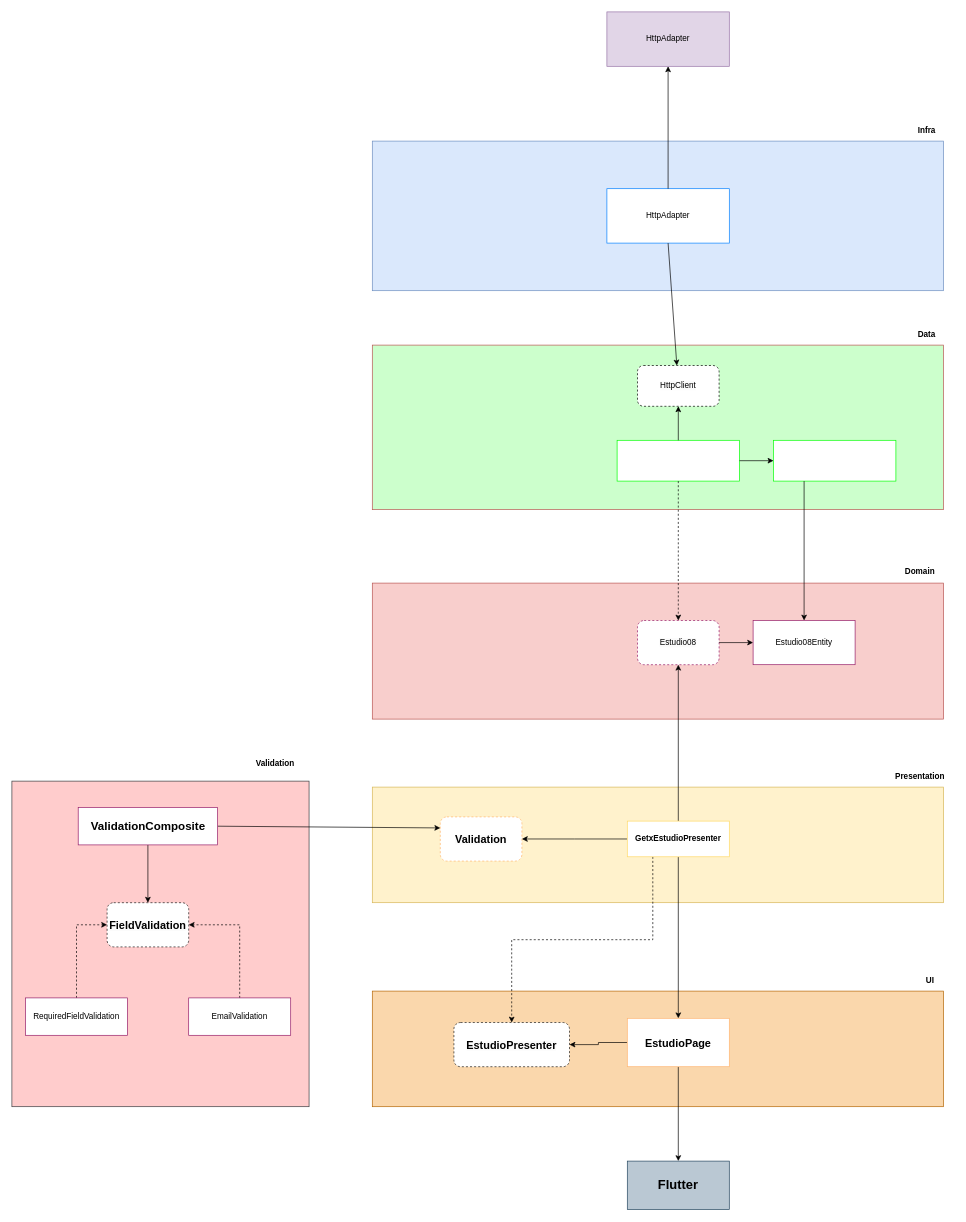
Before: page "estudio_08" (2 of 5) of requirements/Arquitetura TattooManager.drawio in PedroMerinoDev/tattoo_manager, a draw.io diagram. Source tidied: cells renumbered, new cells numbered last; positions are measured from the earlier drawing's top-left corner, leaving out a move shared by most shapes. Both pictures are drawn from the tidied source at 68%, with x=0, y=0 at pixel (12, 12).
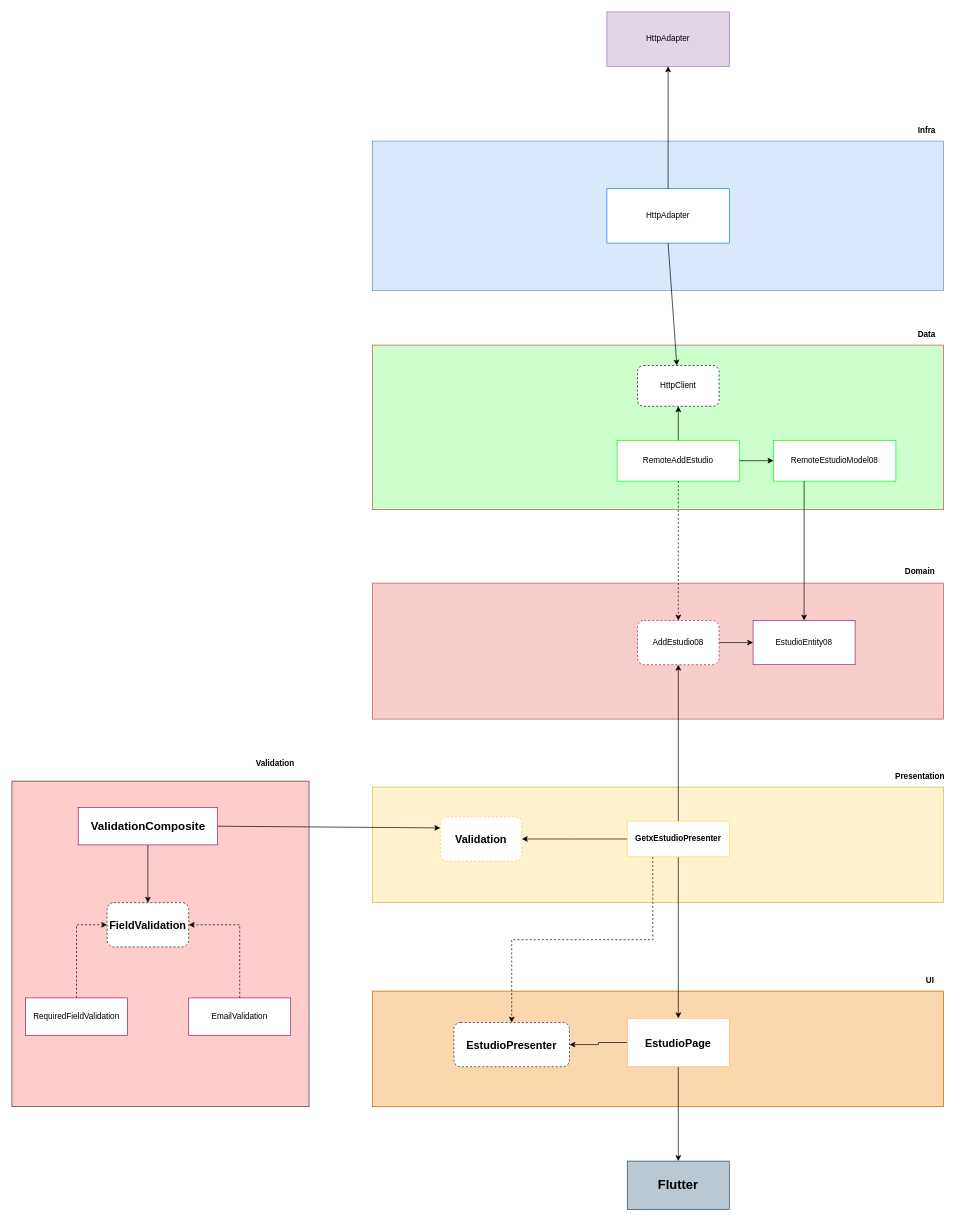
After the change.

Commit message (it also covers changes not shown here):
Arquitetura Estudio Data e Model

The edit, as a diff of the source:
```diff
@@
-    <mxCell id="3" value="Estudio08Entity" style="rounded=0;whiteSpace=wrap;html=1;strokeColor=#941967;" parent="1" vertex="1">
+    <mxCell id="3" value="EstudioEntity08" style="rounded=0;whiteSpace=wrap;html=1;strokeColor=#941967;" parent="1" vertex="1">
       <mxGeometry x="1090" y="895" width="150" height="65" as="geometry" />
     </mxCell>
-    <mxCell id="4" value="&lt;span style=&quot;color: rgb(0, 0, 0); font-family: Helvetica; font-size: 12px; font-style: normal; font-variant-ligatures: normal; font-variant-caps: normal; font-weight: 400; letter-spacing: normal; orphans: 2; text-align: center; text-indent: 0px; text-transform: none; widows: 2; word-spacing: 0px; -webkit-text-stroke-width: 0px; background-color: rgb(251, 251, 251); text-decoration-thickness: initial; text-decoration-style: initial; text-decoration-color: initial; float: none; display: inline !important;&quot;&gt;Estudio08&lt;br&gt;&lt;/span&gt;" style="rounded=1;whiteSpace=wrap;html=1;dashed=1;strokeColor=#941967;" parent="1" vertex="1">
+    <mxCell id="4" value="&lt;span style=&quot;color: rgb(0, 0, 0); font-family: Helvetica; font-size: 12px; font-style: normal; font-variant-ligatures: normal; font-variant-caps: normal; font-weight: 400; letter-spacing: normal; orphans: 2; text-align: center; text-indent: 0px; text-transform: none; widows: 2; word-spacing: 0px; -webkit-text-stroke-width: 0px; background-color: rgb(251, 251, 251); text-decoration-thickness: initial; text-decoration-style: initial; text-decoration-color: initial; float: none; display: inline !important;&quot;&gt;AddEstudio08&lt;br&gt;&lt;/span&gt;" style="rounded=1;whiteSpace=wrap;html=1;dashed=1;strokeColor=#941967;" parent="1" vertex="1">
       <mxGeometry x="920" y="895" width="120" height="65" as="geometry" />
     </mxCell>
@@
-    <mxCell id="10" style="rounded=0;whiteSpace=wrap;html=1;strokeColor=#00FF00;" parent="1" vertex="1">
+    <mxCell id="10" value="RemoteAddEstudio" style="rounded=0;whiteSpace=wrap;html=1;strokeColor=#00FF00;" parent="1" vertex="1">
       <mxGeometry x="890" y="630" width="180" height="60" as="geometry" />
     </mxCell>
-    <mxCell id="11" style="rounded=0;whiteSpace=wrap;html=1;strokeColor=#00FF00;" parent="1" vertex="1">
+    <mxCell id="11" value="RemoteEstudioModel08" style="rounded=0;whiteSpace=wrap;html=1;strokeColor=#00FF00;" parent="1" vertex="1">
       <mxGeometry x="1120" y="630" width="180" height="60" as="geometry" />
     </mxCell>
```
